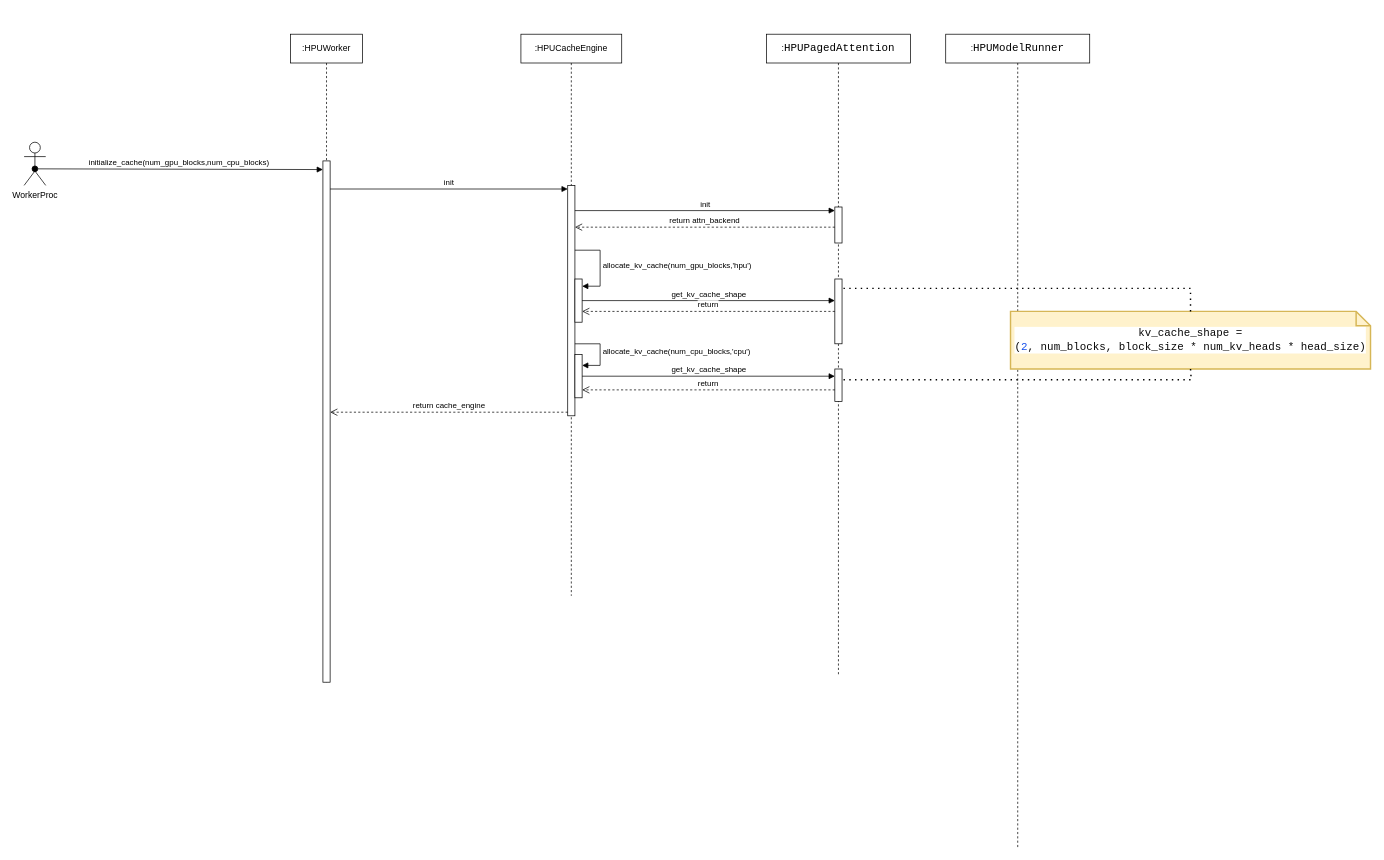
This is page "hpu.initialize_cache" (7 of 10) of vllm/engine/vllm.drawio from chaojun-zhang/vllm, a draw.io file, before an edit. Source tidied: cells renumbered, new cells numbered last; positions are measured from the earlier drawing's top-left corner, leaving out a move shared by most shapes. Both pictures are drawn from the tidied source at 72%, with x=0, y=0 at pixel (24, 34).
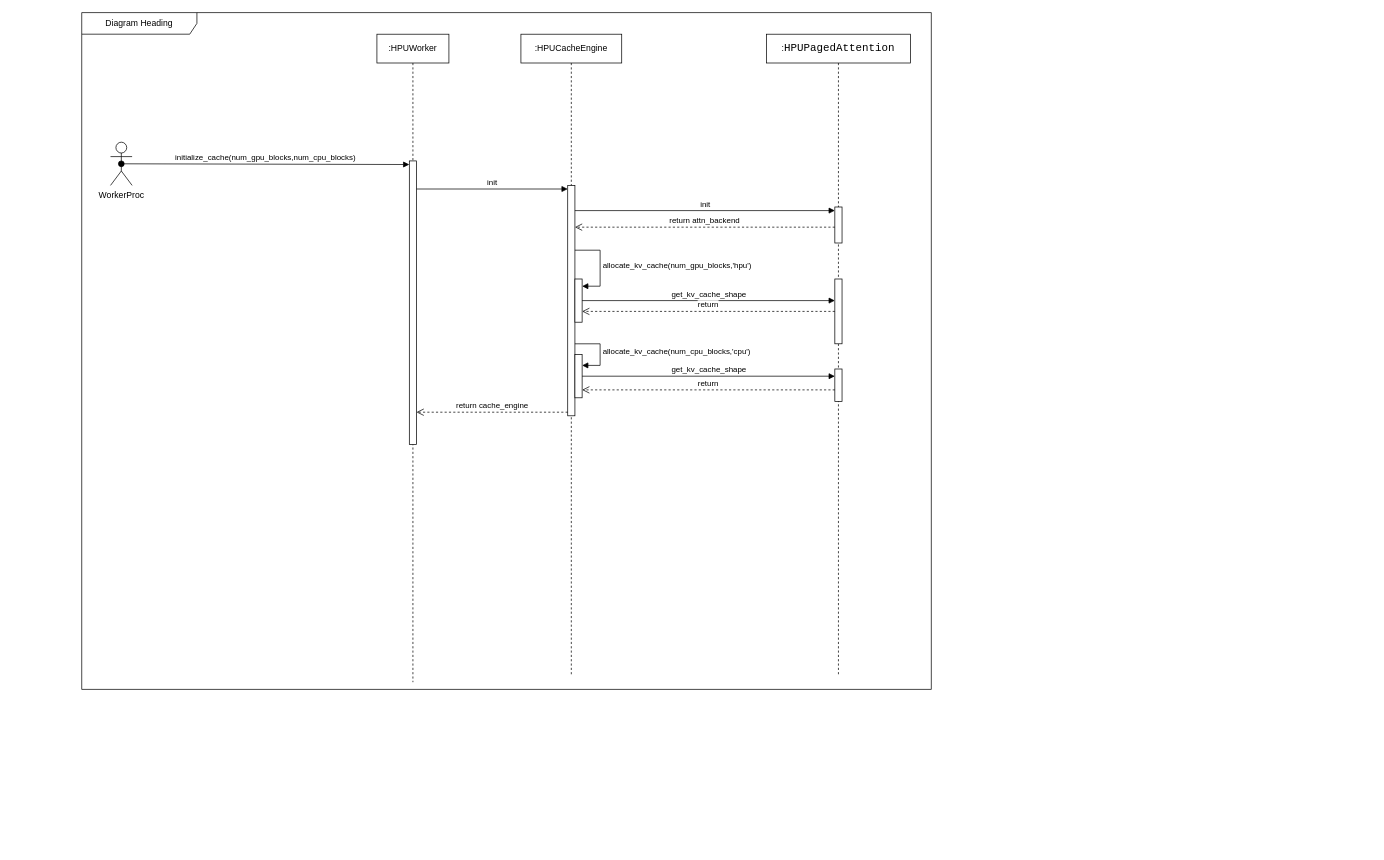
Above is the later version.

Unchanged cells that the change refers to:
```xml
<mxCell id="17" style="html=1;points=[[0,0,0,0,5],[0,1,0,0,-5],[1,0,0,0,5],[1,1,0,0,-5]];perimeter=orthogonalPerimeter;outlineConnect=0;targetShapes=umlLifeline;portConstraint=eastwest;newEdgeStyle={&quot;curved&quot;:0,&quot;rounded&quot;:0};" parent="14" vertex="1">
  <mxGeometry x="95" y="465" width="10" height="45" as="geometry" />
</mxCell>
```

Diff of the diagram source:
```diff
@@
     <mxCell id="2" value=":HPUWorker" style="shape=umlLifeline;perimeter=lifelinePerimeter;whiteSpace=wrap;html=1;newEdgeStyle={&quot;curved&quot;:0,&quot;rounded&quot;:0};" parent="1" vertex="1">
-      <mxGeometry x="370" width="100" height="900" as="geometry" />
+      <mxGeometry x="490" width="100" height="900" as="geometry" />
     </mxCell>
     <mxCell id="3" style="html=1;points=[[0,0,0,0,5],[0,1,0,0,-5],[1,0,0,0,5],[1,1,0,0,-5]];perimeter=orthogonalPerimeter;outlineConnect=0;targetShapes=umlLifeline;portConstraint=eastwest;newEdgeStyle={&quot;curved&quot;:0,&quot;rounded&quot;:0};" parent="2" vertex="1">
-      <mxGeometry x="45" y="176" width="10" height="724" as="geometry" />
+      <mxGeometry x="45" y="176" width="10" height="394" as="geometry" />
     </mxCell>
     <mxCell id="4" value="WorkerProc" style="shape=umlActor;verticalLabelPosition=bottom;verticalAlign=top;html=1;" parent="1" vertex="1">
-      <mxGeometry y="150" width="30" height="60" as="geometry" />
+      <mxGeometry x="120" y="150" width="30" height="60" as="geometry" />
     </mxCell>
-    <mxCell id="5" value="initialize_cache(num_gpu_blocks,num_cpu_blocks)" style="html=1;verticalAlign=bottom;startArrow=oval;endArrow=block;startSize=8;curved=0;rounded=0;entryX=0;entryY=0;entryDx=0;entryDy=5;exitX=0.5;exitY=0.5;exitDx=0;exitDy=0;exitPerimeter=0;" parent="1" edge="1">
-      <mxGeometry relative="1" as="geometry">
-        <mxPoint x="15" y="187" as="sourcePoint" />
-        <mxPoint x="415" y="188" as="targetPoint" />
-      </mxGeometry>
+    <mxCell id="5" value="initialize_cache(num_gpu_blocks,num_cpu_blocks)" style="html=1;verticalAlign=bottom;startArrow=oval;endArrow=block;startSize=8;curved=0;rounded=0;entryX=0;entryY=0;entryDx=0;entryDy=5;exitX=0.5;exitY=0.5;exitDx=0;exitDy=0;exitPerimeter=0;entryPerimeter=0;" parent="1" edge="1" source="4" target="3">
+      <mxGeometry relative="1" as="geometry" />
     </mxCell>
     <mxCell id="6" value=":HPUCacheEngine" style="shape=umlLifeline;perimeter=lifelinePerimeter;whiteSpace=wrap;html=1;newEdgeStyle={&quot;curved&quot;:0,&quot;rounded&quot;:0};" parent="1" vertex="1">
-      <mxGeometry x="690" width="140" height="780" as="geometry" />
+      <mxGeometry x="690" width="140" height="890" as="geometry" />
     </mxCell>
@@
-    <mxCell id="24" value=":&lt;span style=&quot;font-family: &amp;quot;JetBrains Mono&amp;quot;, monospace; font-size: 11.3pt; background-color: rgb(255, 255, 255);&quot;&gt;HPUModelRunner&lt;/span&gt;" style="shape=umlLifeline;perimeter=lifelinePerimeter;whiteSpace=wrap;html=1;newEdgeStyle={&quot;curved&quot;:0,&quot;rounded&quot;:0};" parent="1" vertex="1">
-      <mxGeometry x="1280" width="200" height="1130" as="geometry" />
-    </mxCell>
-    <mxCell id="25" value="&lt;div style=&quot;background-color: rgb(255, 255, 255); color: rgb(8, 8, 8);&quot;&gt;&lt;pre style=&quot;font-family:'JetBrains Mono',monospace;font-size:11.3pt;&quot;&gt;kv_cache_shape =&lt;br/&gt;(&lt;span style=&quot;color: rgb(23, 80, 235);&quot;&gt;2&lt;/span&gt;, num_blocks, block_size * num_kv_heads * head_size)&lt;/pre&gt;&lt;/div&gt;" style="shape=note;strokeWidth=2;fontSize=14;size=20;whiteSpace=wrap;html=1;fillColor=#fff2cc;strokeColor=#d6b656;fontColor=#666600;" parent="1" vertex="1">
-      <mxGeometry x="1370" y="385" width="500" height="80" as="geometry" />
-    </mxCell>
-    <mxCell id="26" style="endArrow=none;dashed=1;html=1;dashPattern=1 3;strokeWidth=2;rounded=0;exitX=0.5;exitY=0;exitDx=0;exitDy=0;exitPerimeter=0;" parent="1" edge="1" source="25">
-      <mxGeometry relative="1" as="geometry">
-        <mxPoint x="1136" y="353" as="targetPoint" />
-        <Array as="points">
-          <mxPoint x="1620" y="353" />
-        </Array>
-      </mxGeometry>
-    </mxCell>
-    <mxCell id="27" style="endArrow=none;dashed=1;html=1;dashPattern=1 3;strokeWidth=2;rounded=0;exitX=0.5;exitY=1;exitDx=0;exitDy=0;exitPerimeter=0;" parent="1" edge="1" source="25" target="17">
-      <mxGeometry relative="1" as="geometry">
-        <Array as="points">
-          <mxPoint x="1621" y="480" />
-        </Array>
-      </mxGeometry>
-    </mxCell>
+    <mxCell id="28" value="Diagram Heading" style="shape=umlFrame;whiteSpace=wrap;html=1;width=160;" parent="1" vertex="1">
+      <mxGeometry x="80" y="-30" width="1180" height="940" as="geometry" />
+    </mxCell>
```
